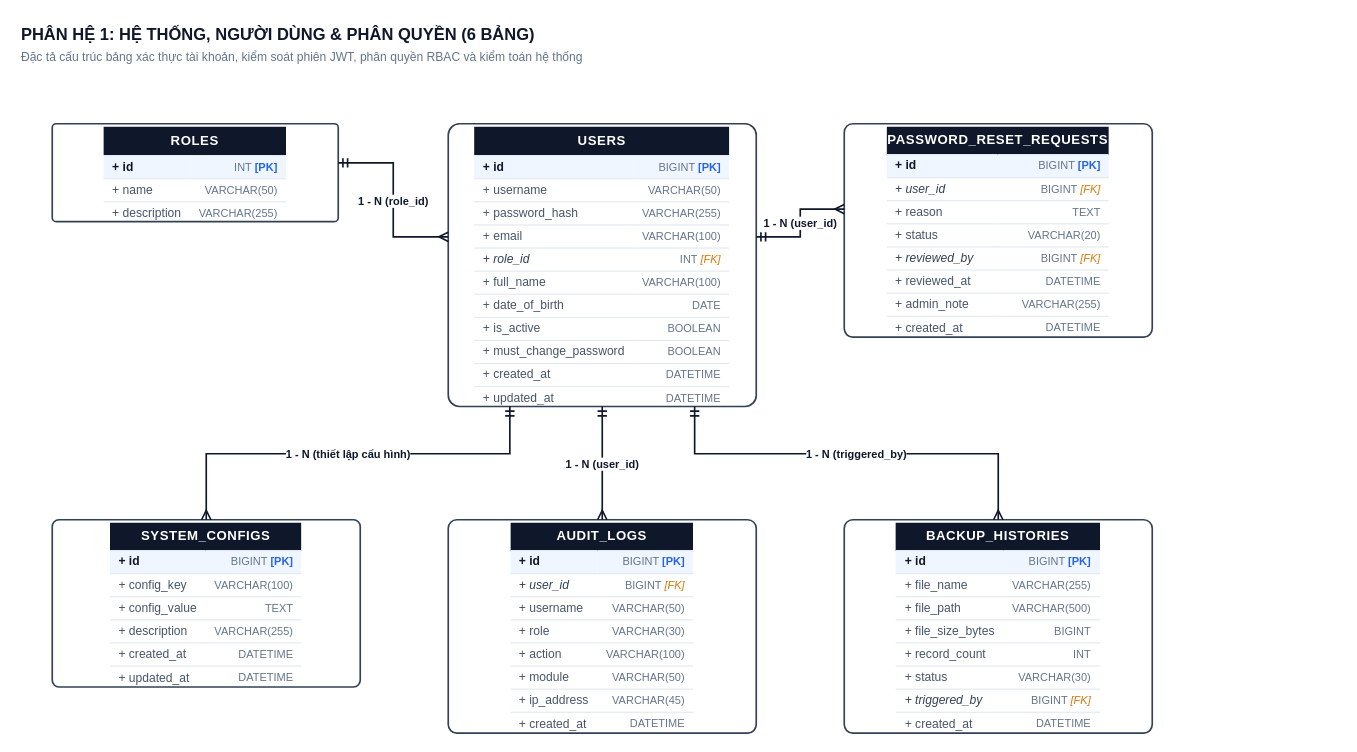
This is page "2. Phân hệ 1 - Hệ thống & Phân quyền" (2 of 8) of drawio/ERD_Diagrams.drawio from DevMarkie/DoAnChuyenNganh, a draw.io file, before an edit. Source tidied: cells renumbered, new cells numbered last; positions are measured from the earlier drawing's top-left corner, leaving out a move shared by most shapes. Both pictures are drawn from the tidied source at 110%, with x=0, y=0 at pixel (19, 19).
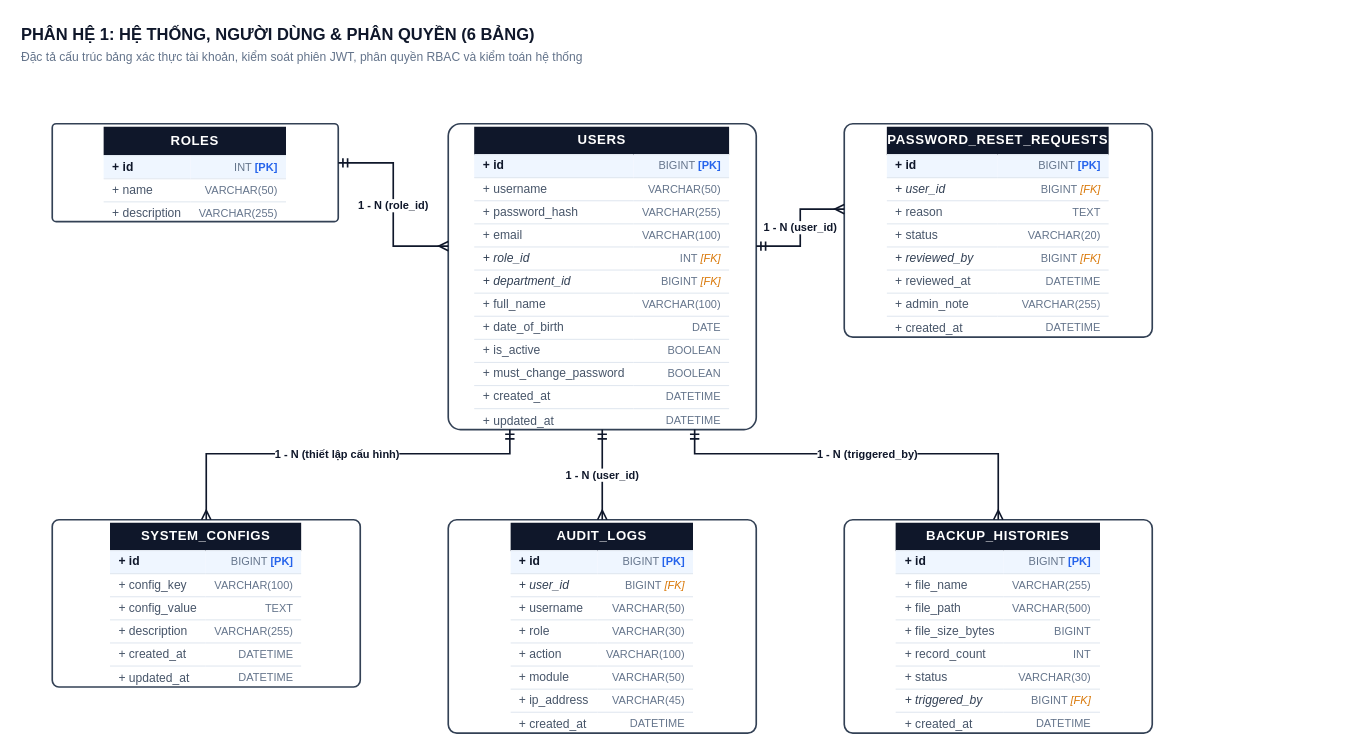
The same page after the edit.

What changed in the source:
```diff
@@
-    <mxCell id="5" value="&lt;table style=&quot;width:100%; border-collapse:collapse; font-family:Arial,Helvetica,sans-serif; font-size:11px; margin:0; padding:0;&quot;&gt;&lt;tr style=&quot;background:#0f172a; color:#ffffff; height:26px;&quot;&gt;&lt;td colspan=&quot;2&quot; align=&quot;center&quot; style=&quot;font-weight:bold; font-size:12px; letter-spacing:0.5px;&quot;&gt;USERS&lt;/td&gt;&lt;/tr&gt;&lt;tr style=&quot;background:#eff6ff; height:21px; border-top:1px solid #e2e8f0;&quot;&gt;&lt;td style=&quot;padding:2px 8px; text-align:left; font-weight:bold; color:#0f172a;&quot;&gt;+ id&lt;/td&gt;&lt;td style=&quot;padding:2px 8px; text-align:right; color:#64748b; font-size:10px;&quot;&gt;BIGINT &lt;b style=&quot;color:#2563eb;&quot;&gt;[PK]&lt;/b&gt;&lt;/td&gt;&lt;/tr&gt;&lt;tr style=&quot;background:#ffffff; height:21px; border-top:1px solid #e2e8f0;&quot;&gt;&lt;td style=&quot;padding:2px 8px; text-align:left; color:#475569;&quot;&gt;+ username&lt;/td&gt;&lt;td style=&quot;padding:2px 8px; text-align:right; color:#64748b; font-size:10px;&quot;&gt;VARCHAR(50)&lt;/td&gt;&lt;/tr&gt;&lt;tr style=&quot;background:#ffffff; height:21px; border-top:1px solid #e2e8f0;&quot;&gt;&lt;td style=&quot;padding:2px 8px; text-align:left; color:#475569;&quot;&gt;+ password_hash&lt;/td&gt;&lt;td style=&quot;padding:2px 8px; text-align:right; color:#64748b; font-size:10px;&quot;&gt;VARCHAR(255)&lt;/td&gt;&lt;/tr&gt;&lt;tr style=&quot;background:#ffffff; height:21px; border-top:1px solid #e2e8f0;&quot;&gt;&lt;td style=&quot;padding:2px 8px; text-align:left; color:#475569;&quot;&gt;+ email&lt;/td&gt;&lt;td style=&quot;padding:2px 8px; text-align:right; color:#64748b; font-size:10px;&quot;&gt;VARCHAR(100)&lt;/td&gt;&lt;/tr&gt;&lt;tr style=&quot;background:#ffffff; height:21px; border-top:1px solid #e2e8f0;&quot;&gt;&lt;td style=&quot;padding:2px 8px; text-align:left; font-style:italic; color:#334155;&quot;&gt;+ role_id&lt;/td&gt;&lt;td style=&quot;padding:2px 8px; text-align:right; color:#64748b; font-size:10px;&quot;&gt;INT &lt;i style=&quot;color:#d97706;&quot;&gt;[FK]&lt;/i&gt;&lt;/td&gt;&lt;/tr&gt;&lt;tr style=&quot;background:#ffffff; height:21px; border-top:1px solid #e2e8f0;&quot;&gt;&lt;td style=&quot;padding:2px 8px; text-align:left; color:#475569;&quot;&gt;+ full_name&lt;/td&gt;&lt;td style=&quot;padding:2px 8px; text-align:right; color:#64748b; font-size:10px;&quot;&gt;VARCHAR(100)&lt;/td&gt;&lt;/tr&gt;&lt;tr style=&quot;background:#ffffff; height:21px; border-top:1px solid #e2e8f0;&quot;&gt;&lt;td style=&quot;padding:2px 8px; text-align:left; color:#475569;&quot;&gt;+ date_of_birth&lt;/td&gt;&lt;td style=&quot;padding:2px 8px; text-align:right; color:#64748b; font-size:10px;&quot;&gt;DATE&lt;/td&gt;&lt;/tr&gt;&lt;tr style=&quot;background:#ffffff; height:21px; border-top:1px solid #e2e8f0;&quot;&gt;&lt;td style=&quot;padding:2px 8px; text-align:left; color:#475569;&quot;&gt;+ is_active&lt;/td&gt;&lt;td style=&quot;padding:2px 8px; text-align:right; color:#64748b; font-size:10px;&quot;&gt;BOOLEAN&lt;/td&gt;&lt;/tr&gt;&lt;tr style=&quot;background:#ffffff; height:21px; border-top:1px solid #e2e8f0;&quot;&gt;&lt;td style=&quot;padding:2px 8px; text-align:left; color:#475569;&quot;&gt;+ must_change_password&lt;/td&gt;&lt;td style=&quot;padding:2px 8px; text-align:right; color:#64748b; font-size:10px;&quot;&gt;BOOLEAN&lt;/td&gt;&lt;/tr&gt;&lt;tr style=&quot;background:#ffffff; height:21px; border-top:1px solid #e2e8f0;&quot;&gt;&lt;td style=&quot;padding:2px 8px; text-align:left; color:#475569;&quot;&gt;+ created_at&lt;/td&gt;&lt;td style=&quot;padding:2px 8px; text-align:right; color:#64748b; font-size:10px;&quot;&gt;DATETIME&lt;/td&gt;&lt;/tr&gt;&lt;tr style=&quot;background:#ffffff; height:21px; border-top:1px solid #e2e8f0;&quot;&gt;&lt;td style=&quot;padding:2px 8px; text-align:left; color:#475569;&quot;&gt;+ updated_at&lt;/td&gt;&lt;td style=&quot;padding:2px 8px; text-align:right; color:#64748b; font-size:10px;&quot;&gt;DATETIME&lt;/td&gt;&lt;/tr&gt;&lt;/table&gt;" style="rounded=1;arcSize=4;strokeColor=#334155;strokeWidth=1.5;fillColor=#ffffff;html=1;overflow=hidden;whiteSpace=wrap;" parent="1" vertex="1">
-      <mxGeometry x="390" y="95" width="280" height="257" as="geometry" />
+    <mxCell id="5" value="&lt;table style=&quot;width:100%; border-collapse:collapse; font-family:Arial,Helvetica,sans-serif; font-size:11px; margin:0; padding:0;&quot;&gt;&lt;tr style=&quot;background:#0f172a; color:#ffffff; height:26px;&quot;&gt;&lt;td colspan=&quot;2&quot; align=&quot;center&quot; style=&quot;font-weight:bold; font-size:12px; letter-spacing:0.5px;&quot;&gt;USERS&lt;/td&gt;&lt;/tr&gt;&lt;tr style=&quot;background:#eff6ff; height:21px; border-top:1px solid #e2e8f0;&quot;&gt;&lt;td style=&quot;padding:2px 8px; text-align:left; font-weight:bold; color:#0f172a;&quot;&gt;+ id&lt;/td&gt;&lt;td style=&quot;padding:2px 8px; text-align:right; color:#64748b; font-size:10px;&quot;&gt;BIGINT &lt;b style=&quot;color:#2563eb;&quot;&gt;[PK]&lt;/b&gt;&lt;/td&gt;&lt;/tr&gt;&lt;tr style=&quot;background:#ffffff; height:21px; border-top:1px solid #e2e8f0;&quot;&gt;&lt;td style=&quot;padding:2px 8px; text-align:left; color:#475569;&quot;&gt;+ username&lt;/td&gt;&lt;td style=&quot;padding:2px 8px; text-align:right; color:#64748b; font-size:10px;&quot;&gt;VARCHAR(50)&lt;/td&gt;&lt;/tr&gt;&lt;tr style=&quot;background:#ffffff; height:21px; border-top:1px solid #e2e8f0;&quot;&gt;&lt;td style=&quot;padding:2px 8px; text-align:left; color:#475569;&quot;&gt;+ password_hash&lt;/td&gt;&lt;td style=&quot;padding:2px 8px; text-align:right; color:#64748b; font-size:10px;&quot;&gt;VARCHAR(255)&lt;/td&gt;&lt;/tr&gt;&lt;tr style=&quot;background:#ffffff; height:21px; border-top:1px solid #e2e8f0;&quot;&gt;&lt;td style=&quot;padding:2px 8px; text-align:left; color:#475569;&quot;&gt;+ email&lt;/td&gt;&lt;td style=&quot;padding:2px 8px; text-align:right; color:#64748b; font-size:10px;&quot;&gt;VARCHAR(100)&lt;/td&gt;&lt;/tr&gt;&lt;tr style=&quot;background:#ffffff; height:21px; border-top:1px solid #e2e8f0;&quot;&gt;&lt;td style=&quot;padding:2px 8px; text-align:left; font-style:italic; color:#334155;&quot;&gt;+ role_id&lt;/td&gt;&lt;td style=&quot;padding:2px 8px; text-align:right; color:#64748b; font-size:10px;&quot;&gt;INT &lt;i style=&quot;color:#d97706;&quot;&gt;[FK]&lt;/i&gt;&lt;/td&gt;&lt;/tr&gt;&lt;tr style=&quot;background:#ffffff; height:21px; border-top:1px solid #e2e8f0;&quot;&gt;&lt;td style=&quot;padding:2px 8px; text-align:left; font-style:italic; color:#334155;&quot;&gt;+ department_id&lt;/td&gt;&lt;td style=&quot;padding:2px 8px; text-align:right; color:#64748b; font-size:10px;&quot;&gt;BIGINT &lt;i style=&quot;color:#d97706;&quot;&gt;[FK]&lt;/i&gt;&lt;/td&gt;&lt;/tr&gt;&lt;tr style=&quot;background:#ffffff; height:21px; border-top:1px solid #e2e8f0;&quot;&gt;&lt;td style=&quot;padding:2px 8px; text-align:left; color:#475569;&quot;&gt;+ full_name&lt;/td&gt;&lt;td style=&quot;padding:2px 8px; text-align:right; color:#64748b; font-size:10px;&quot;&gt;VARCHAR(100)&lt;/td&gt;&lt;/tr&gt;&lt;tr style=&quot;background:#ffffff; height:21px; border-top:1px solid #e2e8f0;&quot;&gt;&lt;td style=&quot;padding:2px 8px; text-align:left; color:#475569;&quot;&gt;+ date_of_birth&lt;/td&gt;&lt;td style=&quot;padding:2px 8px; text-align:right; color:#64748b; font-size:10px;&quot;&gt;DATE&lt;/td&gt;&lt;/tr&gt;&lt;tr style=&quot;background:#ffffff; height:21px; border-top:1px solid #e2e8f0;&quot;&gt;&lt;td style=&quot;padding:2px 8px; text-align:left; color:#475569;&quot;&gt;+ is_active&lt;/td&gt;&lt;td style=&quot;padding:2px 8px; text-align:right; color:#64748b; font-size:10px;&quot;&gt;BOOLEAN&lt;/td&gt;&lt;/tr&gt;&lt;tr style=&quot;background:#ffffff; height:21px; border-top:1px solid #e2e8f0;&quot;&gt;&lt;td style=&quot;padding:2px 8px; text-align:left; color:#475569;&quot;&gt;+ must_change_password&lt;/td&gt;&lt;td style=&quot;padding:2px 8px; text-align:right; color:#64748b; font-size:10px;&quot;&gt;BOOLEAN&lt;/td&gt;&lt;/tr&gt;&lt;tr style=&quot;background:#ffffff; height:21px; border-top:1px solid #e2e8f0;&quot;&gt;&lt;td style=&quot;padding:2px 8px; text-align:left; color:#475569;&quot;&gt;+ created_at&lt;/td&gt;&lt;td style=&quot;padding:2px 8px; text-align:right; color:#64748b; font-size:10px;&quot;&gt;DATETIME&lt;/td&gt;&lt;/tr&gt;&lt;tr style=&quot;background:#ffffff; height:21px; border-top:1px solid #e2e8f0;&quot;&gt;&lt;td style=&quot;padding:2px 8px; text-align:left; color:#475569;&quot;&gt;+ updated_at&lt;/td&gt;&lt;td style=&quot;padding:2px 8px; text-align:right; color:#64748b; font-size:10px;&quot;&gt;DATETIME&lt;/td&gt;&lt;/tr&gt;&lt;/table&gt;" style="rounded=1;arcSize=4;strokeColor=#334155;strokeWidth=1.5;fillColor=#ffffff;html=1;overflow=hidden;whiteSpace=wrap;" parent="1" vertex="1">
+      <mxGeometry x="390" y="95" width="280" height="278" as="geometry" />
     </mxCell>
```
